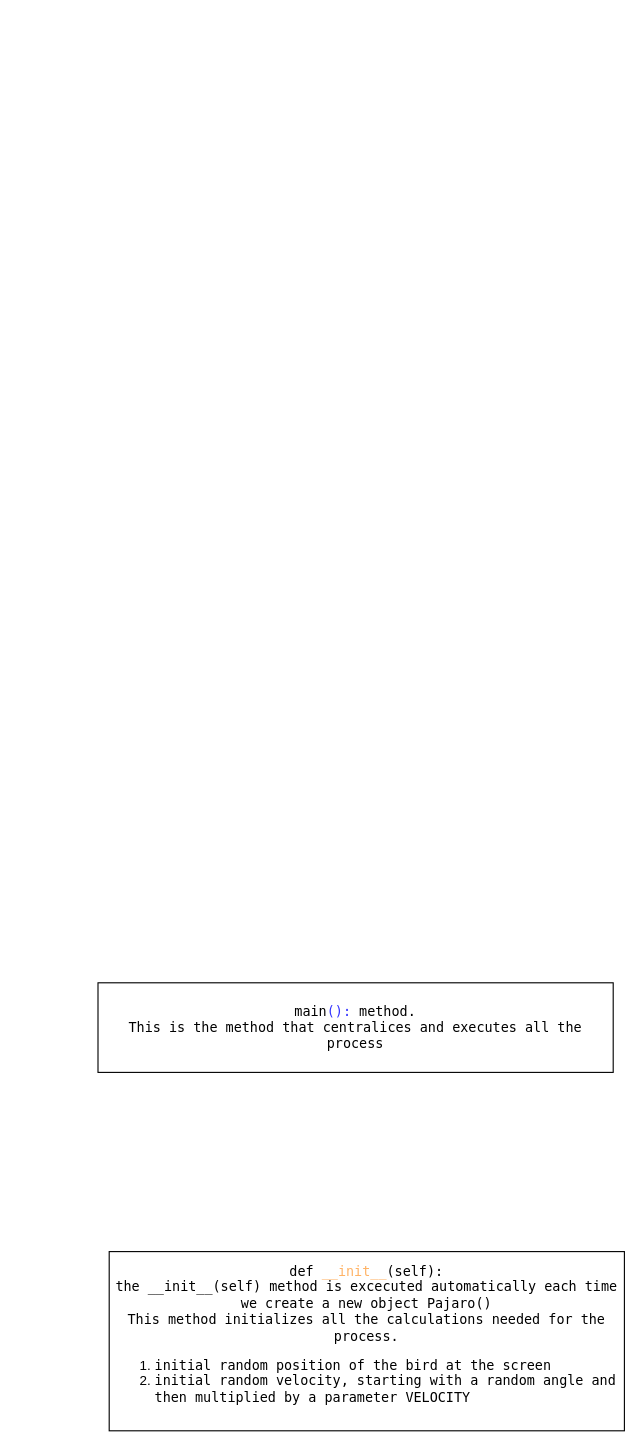
The draw.io diagram images/animations/murmurations_pygame_architecture.drawio in HijoBejuco/dynamical-systems-modeling, before the edit. Source tidied: cells renumbered, new cells numbered last; positions are measured from the earlier drawing's top-left corner, leaving out a move shared by most shapes. Both pictures are drawn from the tidied source at 112%, with x=0, y=0 at pixel (97, 982).
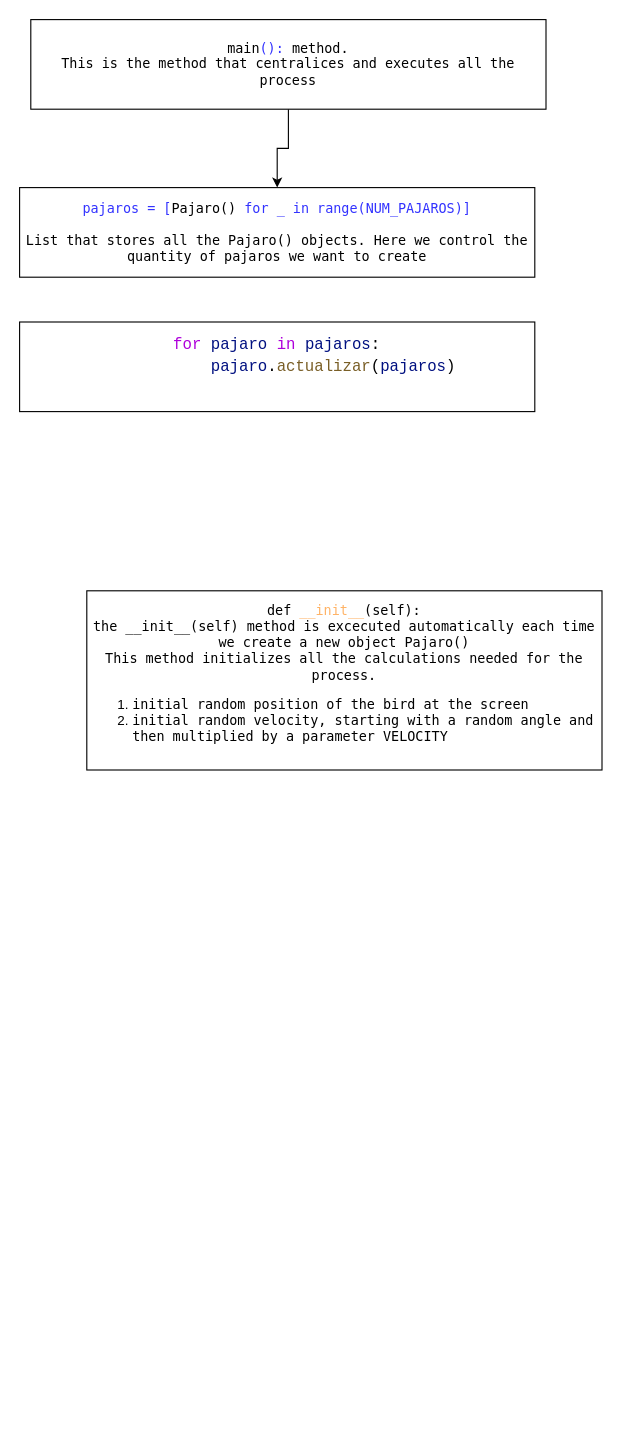
The same diagram, later.

Commit message (it also covers changes not shown here):
documenting the boids altgotithm

Diff of the diagram source:
```diff
@@
 <mxGraphModel>
   <root>
     <mxCell id="0" />
     <mxCell id="1" parent="0" />
     <mxCell id="2" value="&lt;font face=&quot;Lucida Console&quot;&gt;&lt;font style=&quot;color: light-dark(rgb(0, 0, 0), rgb(51, 51, 255));&quot;&gt;def&lt;/font&gt;&amp;nbsp;&lt;/font&gt;&lt;span style=&quot;font-family: &amp;quot;Lucida Console&amp;quot;;&quot;&gt;&lt;font style=&quot;color: light-dark(rgb(255, 179, 102), rgb(255, 179, 102));&quot;&gt;__init__&lt;/font&gt;&lt;/span&gt;&lt;font face=&quot;Lucida Console&quot;&gt;(self):&lt;/font&gt;&lt;div&gt;&lt;font face=&quot;Lucida Console&quot;&gt;the &lt;font style=&quot;color: light-dark(rgb(0, 0, 0), rgb(255, 179, 102));&quot;&gt;__init__&lt;/font&gt;(self) method is excecuted automatically each time we create a new object &lt;font style=&quot;color: light-dark(rgb(0, 0, 0), rgb(153, 255, 153));&quot;&gt;Pajaro&lt;/font&gt;()&lt;/font&gt;&lt;/div&gt;&lt;div&gt;&lt;font face=&quot;Lucida Console&quot;&gt;This method initializes all the calculations needed for the process.&lt;/font&gt;&lt;/div&gt;&lt;div&gt;&lt;ol&gt;&lt;li style=&quot;text-align: left;&quot;&gt;&lt;span style=&quot;font-family: &amp;quot;Lucida Console&amp;quot;; background-color: transparent; color: light-dark(rgb(0, 0, 0), rgb(255, 255, 255));&quot;&gt;initial random position of the bird at the screen&lt;/span&gt;&lt;/li&gt;&lt;li style=&quot;text-align: left;&quot;&gt;&lt;span style=&quot;font-family: &amp;quot;Lucida Console&amp;quot;; background-color: transparent; color: light-dark(rgb(0, 0, 0), rgb(255, 255, 255));&quot;&gt;initial random velocity, starting with a random angle and then multiplied by a parameter VELOCITY&lt;/span&gt;&lt;/li&gt;&lt;/ol&gt;&lt;/div&gt;" style="rounded=0;whiteSpace=wrap;html=1;" parent="1" vertex="1">
-      <mxGeometry x="10" y="240" width="460" height="160" as="geometry" />
+      <mxGeometry x="-10" y="-350" width="460" height="160" as="geometry" />
     </mxCell>
+    <mxCell id="4" style="edgeStyle=orthogonalEdgeStyle;rounded=0;jettySize=auto;html=1;entryX=0.5;entryY=0;entryDx=0;entryDy=0;" parent="1" edge="1" source="3" target="5">
+      <mxGeometry relative="1" as="geometry" />
+    </mxCell>
     <mxCell id="3" value="&lt;font face=&quot;Lucida Console&quot; style=&quot;color: light-dark(rgb(0, 0, 0), rgb(255, 229, 153));&quot;&gt;main&lt;/font&gt;&lt;font face=&quot;Lucida Console&quot; style=&quot;color: light-dark(rgb(51, 51, 255), rgb(255, 217, 102));&quot;&gt;()&lt;/font&gt;&lt;font color=&quot;#3333ff&quot; face=&quot;Lucida Console&quot;&gt;: &lt;/font&gt;&lt;font face=&quot;Lucida Console&quot; style=&quot;color: light-dark(rgb(0, 0, 0), rgb(255, 255, 255));&quot;&gt;method.&lt;/font&gt;&lt;div&gt;&lt;font face=&quot;Lucida Console&quot;&gt;This is the method that centralices and executes all the process&lt;/font&gt;&lt;/div&gt;" style="rounded=0;whiteSpace=wrap;html=1;" parent="1" vertex="1">
-      <mxGeometry width="460" height="80" as="geometry" />
+      <mxGeometry x="-60" y="-860" width="460" height="80" as="geometry" />
     </mxCell>
+    <mxCell id="5" value="&lt;font face=&quot;Lucida Console&quot; style=&quot;color: light-dark(rgb(51, 51, 255), rgb(255, 255, 255));&quot;&gt;pajaros &lt;/font&gt;&lt;font face=&quot;Lucida Console&quot; style=&quot;&quot;&gt;&lt;span style=&quot;color: light-dark(rgb(51, 51, 255), rgb(255, 255, 255));&quot;&gt;= [&lt;/span&gt;&lt;span style=&quot;color: light-dark(rgb(0, 0, 0), rgb(153, 255, 153));&quot;&gt;Pajaro()&lt;/span&gt;&lt;span style=&quot;color: light-dark(rgb(51, 51, 255), rgb(255, 255, 255));&quot;&gt; for _ in range(NUM_PAJAROS)]&lt;/span&gt;&lt;/font&gt;&lt;div&gt;&lt;br&gt;&lt;/div&gt;&lt;div&gt;&lt;font face=&quot;Lucida Console&quot;&gt;List that stores all the Pajaro() objects. Here we control the quantity of pajaros we want to create&lt;/font&gt;&lt;/div&gt;" style="rounded=0;whiteSpace=wrap;html=1;" parent="1" vertex="1">
+      <mxGeometry x="-70" y="-710" width="460" height="80" as="geometry" />
+    </mxCell>
+    <mxCell id="6" value="&lt;div style=&quot;color: rgb(0, 0, 0); background-color: rgb(255, 255, 255); font-family: Consolas, &amp;quot;Courier New&amp;quot;, monospace; font-size: 14px; line-height: 19px; white-space: pre;&quot;&gt;&lt;div&gt;&lt;span style=&quot;color: rgb(175, 0, 219);&quot;&gt;for&lt;/span&gt; &lt;span style=&quot;color: rgb(0, 16, 128);&quot;&gt;pajaro&lt;/span&gt; &lt;span style=&quot;color: rgb(175, 0, 219);&quot;&gt;in&lt;/span&gt; &lt;span style=&quot;color: rgb(0, 16, 128);&quot;&gt;pajaros&lt;/span&gt;:&lt;/div&gt;&lt;div&gt;&amp;nbsp; &amp;nbsp; &amp;nbsp; &amp;nbsp; &amp;nbsp; &amp;nbsp; &lt;span style=&quot;color: rgb(0, 16, 128);&quot;&gt;pajaro&lt;/span&gt;.&lt;span style=&quot;color: rgb(121, 94, 38);&quot;&gt;actualizar&lt;/span&gt;(&lt;span style=&quot;color: rgb(0, 16, 128);&quot;&gt;pajaros&lt;/span&gt;)&lt;/div&gt;&lt;div&gt;&lt;br&gt;&lt;/div&gt;&lt;/div&gt;" style="rounded=0;whiteSpace=wrap;html=1;" parent="1" vertex="1">
+      <mxGeometry x="-70" y="-590" width="460" height="80" as="geometry" />
+    </mxCell>
   </root>
 </mxGraphModel>
```
